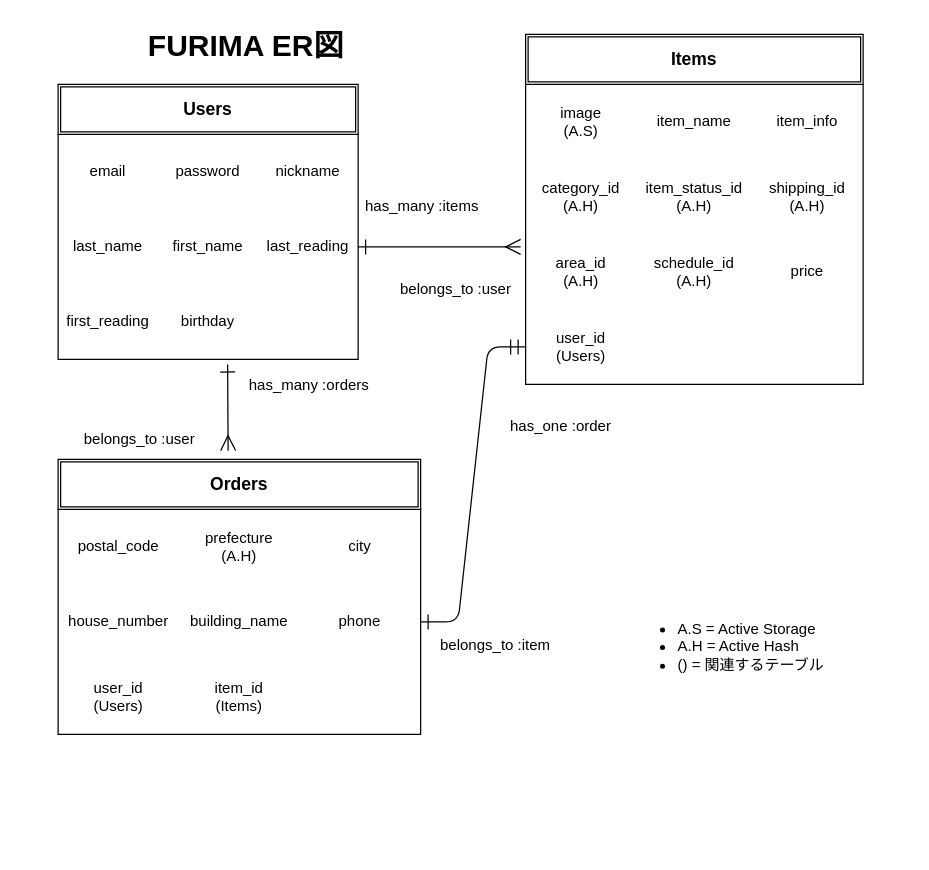
Before: er.dio in 27kan/furima-34276, a draw.io diagram. Source tidied: cells renumbered, new cells numbered last; positions are measured from the earlier drawing's top-left corner, leaving out a move shared by most shapes. Both pictures are drawn from the tidied source at 125%, with x=0, y=0 at pixel (58, 21).
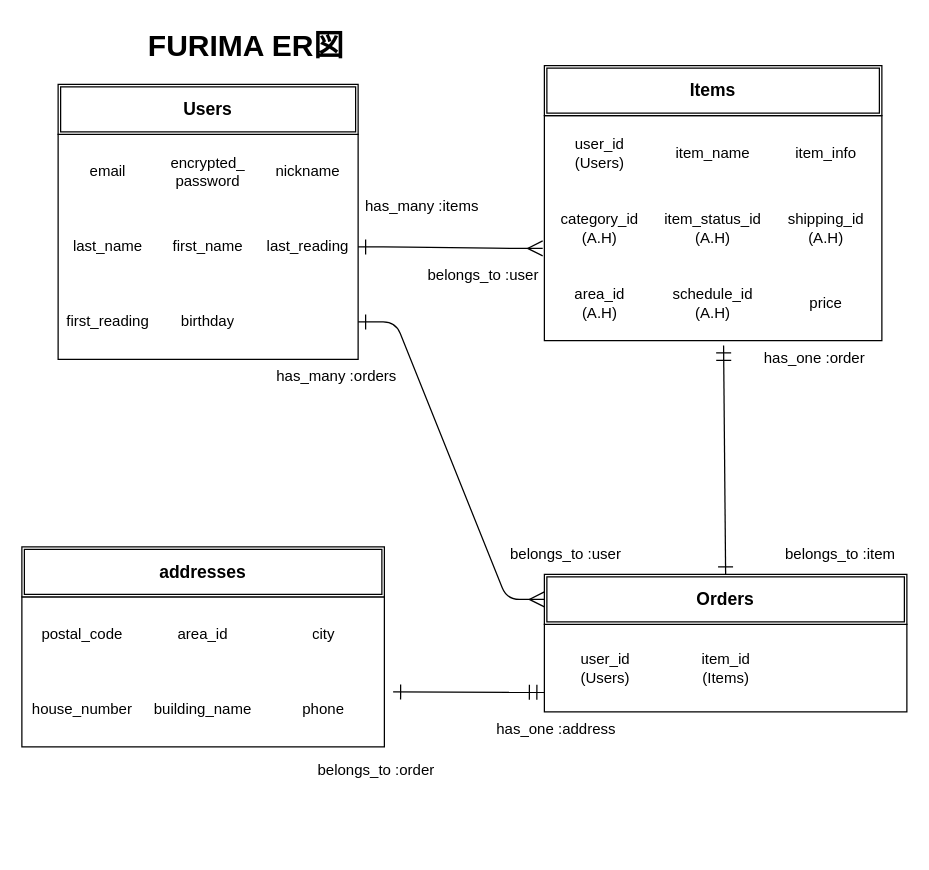
After the change.

The change refers to these unchanged cells:
```xml
<mxCell id="4" style="shape=partialRectangle;html=1;whiteSpace=wrap;fillColor=none;top=0;left=0;bottom=0;right=0;" parent="3" vertex="1">
  <mxGeometry width="240" height="60" as="geometry" />
</mxCell>
<mxCell id="8" style="shape=partialRectangle;html=1;whiteSpace=wrap;fillColor=none;top=0;left=0;bottom=0;right=0;points=[[0,0.5],[1,0.5]];portConstraint=eastwest;" parent="3" vertex="1">
  <mxGeometry y="60" width="240" height="60" as="geometry" />
</mxCell>
<mxCell id="12" style="shape=partialRectangle;html=1;whiteSpace=wrap;fillColor=none;top=0;left=0;bottom=0;right=0;points=[[0,0.5],[1,0.5]];portConstraint=eastwest;" parent="3" vertex="1">
  <mxGeometry y="120" width="240" height="60" as="geometry" />
</mxCell>
<mxCell id="21" style="shape=partialRectangle;html=1;whiteSpace=wrap;fillColor=none;top=0;left=0;bottom=0;right=0;" parent="20" vertex="1">
  <mxGeometry width="270" height="60" as="geometry" />
</mxCell>
<mxCell id="25" style="shape=partialRectangle;html=1;whiteSpace=wrap;fillColor=none;top=0;left=0;bottom=0;right=0;points=[[0,0.5],[1,0.5]];portConstraint=eastwest;" parent="20" vertex="1">
  <mxGeometry y="60" width="270" height="60" as="geometry" />
</mxCell>
<mxCell id="29" style="shape=partialRectangle;html=1;whiteSpace=wrap;fillColor=none;top=0;left=0;bottom=0;right=0;points=[[0,0.5],[1,0.5]];portConstraint=eastwest;" parent="20" vertex="1">
  <mxGeometry y="120" width="270" height="60" as="geometry" />
</mxCell>
```

Diff of the diagram source:
```diff
@@
     <mxCell id="2" style="group;" parent="1" vertex="1">
-      <mxGeometry y="50" width="380" height="220" as="geometry" />
+      <mxGeometry y="50" width="380" height="250" as="geometry" />
     </mxCell>
@@
-    <mxCell id="6" value="password" style="shape=partialRectangle;html=1;whiteSpace=wrap;fillColor=none;top=0;left=0;bottom=0;right=0;overflow=hidden;" parent="4" vertex="1">
+    <mxCell id="6" value="encrypted_&lt;br&gt;password" style="shape=partialRectangle;html=1;whiteSpace=wrap;fillColor=none;top=0;left=0;bottom=0;right=0;overflow=hidden;" parent="4" vertex="1">
       <mxGeometry x="80" width="80" height="60" as="geometry" />
     </mxCell>
@@
     <mxCell id="18" value="belongs_to :user" style="text;strokeColor=none;fillColor=none;spacingLeft=4;spacingRight=4;overflow=hidden;fontSize=12;fontStyle=0;" parent="2" vertex="1">
-      <mxGeometry x="268" y="150" width="112" height="30" as="geometry" />
+      <mxGeometry x="290" y="139" width="112" height="30" as="geometry" />
     </mxCell>
+    <mxCell id="61" value="has_many :orders" style="text;strokeColor=none;fillColor=none;spacingLeft=4;spacingRight=4;overflow=hidden;fontSize=12;" parent="2" vertex="1">
+      <mxGeometry x="169" y="220" width="112" height="30" as="geometry" />
+    </mxCell>
     <mxCell id="19" style="group;" parent="1" vertex="1">
-      <mxGeometry x="374" y="10" width="270" height="220" as="geometry" />
+      <mxGeometry x="389" y="35" width="270" height="220" as="geometry" />
     </mxCell>
     <mxCell id="20" style="shape=table;html=1;whiteSpace=wrap;startSize=0;childLayout=tableLayout;columnLines=0;rowLines=0;" parent="19" vertex="1">
-      <mxGeometry y="40" width="270" height="240" as="geometry" />
+      <mxGeometry y="40" width="270" height="180" as="geometry" />
     </mxCell>
@@
-    <mxCell id="22" value="image&lt;br&gt;(A.S)" style="shape=partialRectangle;html=1;whiteSpace=wrap;fillColor=none;top=0;left=0;bottom=0;right=0;overflow=hidden;" parent="21" vertex="1">
+    <mxCell id="22" value="user_id&lt;br&gt;(Users)" style="shape=partialRectangle;html=1;whiteSpace=wrap;fillColor=none;top=0;left=0;bottom=0;right=0;overflow=hidden;" parent="21" vertex="1">
       <mxGeometry width="89" height="60" as="geometry" />
     </mxCell>
@@
-    <mxCell id="33" style="shape=partialRectangle;html=1;whiteSpace=wrap;fillColor=none;top=0;left=0;bottom=0;right=0;points=[[0,0.5],[1,0.5]];portConstraint=eastwest;" parent="20" vertex="1">
-      <mxGeometry y="180" width="270" height="60" as="geometry" />
-    </mxCell>
-    <mxCell id="34" value="user_id&lt;br&gt;(Users)" style="shape=partialRectangle;html=1;whiteSpace=wrap;fillColor=none;top=0;left=0;bottom=0;right=0;overflow=hidden;" parent="33" vertex="1">
-      <mxGeometry width="89" height="60" as="geometry" />
-    </mxCell>
-    <mxCell id="35" style="shape=partialRectangle;html=1;whiteSpace=wrap;fillColor=none;top=0;left=0;bottom=0;right=0;overflow=hidden;" parent="33" vertex="1">
-      <mxGeometry x="89" width="92" height="60" as="geometry" />
-    </mxCell>
-    <mxCell id="36" style="shape=partialRectangle;html=1;whiteSpace=wrap;fillColor=none;top=0;left=0;bottom=0;right=0;overflow=hidden;" parent="33" vertex="1">
-      <mxGeometry x="181" width="89" height="60" as="geometry" />
-    </mxCell>
@@
     <mxCell id="38" style="group;" parent="1" vertex="1">
-      <mxGeometry y="350" width="290" height="220" as="geometry" />
+      <mxGeometry x="389" y="442" width="290" height="220" as="geometry" />
     </mxCell>
     <mxCell id="39" style="shape=table;html=1;whiteSpace=wrap;startSize=0;childLayout=tableLayout;columnLines=0;rowLines=0;" parent="38" vertex="1">
-      <mxGeometry y="40" width="290" height="180" as="geometry" />
+      <mxGeometry y="40" width="290" height="70" as="geometry" />
     </mxCell>
+    <mxCell id="48" style="shape=partialRectangle;html=1;whiteSpace=wrap;fillColor=none;top=0;left=0;bottom=0;right=0;" parent="39" vertex="1">
+      <mxGeometry width="290" height="70" as="geometry" />
+    </mxCell>
+    <mxCell id="49" value="user_id&lt;br&gt;(Users)" style="shape=partialRectangle;html=1;whiteSpace=wrap;fillColor=none;top=0;left=0;bottom=0;right=0;overflow=hidden;" parent="48" vertex="1">
+      <mxGeometry width="98" height="70" as="geometry" />
+    </mxCell>
+    <mxCell id="50" value="item_id&lt;br&gt;(Items)" style="shape=partialRectangle;html=1;whiteSpace=wrap;fillColor=none;top=0;left=0;bottom=0;right=0;overflow=hidden;" parent="48" vertex="1">
+      <mxGeometry x="98" width="95" height="70" as="geometry" />
+    </mxCell>
+    <mxCell id="51" style="shape=partialRectangle;html=1;whiteSpace=wrap;fillColor=none;top=0;left=0;bottom=0;right=0;overflow=hidden;" parent="48" vertex="1">
+      <mxGeometry x="193" width="97" height="70" as="geometry" />
+    </mxCell>
+    <mxCell id="52" value="Orders" style="shape=ext;double=1;rounded=0;whiteSpace=wrap;html=1;fontStyle=1;fontSize=14;" parent="38" vertex="1">
+      <mxGeometry width="290" height="40" as="geometry" />
+    </mxCell>
+    <mxCell id="62" value="has_one :address" style="text;strokeColor=none;fillColor=none;spacingLeft=4;spacingRight=4;overflow=hidden;fontSize=12;" parent="38" vertex="1">
+      <mxGeometry x="-44" y="110" width="121" height="30" as="geometry" />
+    </mxCell>
+    <mxCell id="53" value="FURIMA ER図" style="text;strokeColor=none;fillColor=none;html=1;fontSize=24;fontStyle=1;verticalAlign=middle;align=center;" parent="1" vertex="1">
+      <mxGeometry x="45" width="210" height="40" as="geometry" />
+    </mxCell>
+    <mxCell id="55" style="edgeStyle=entityRelationEdgeStyle;fontSize=12;html=1;endArrow=ERmany;exitX=1;exitY=0.5;exitDx=0;exitDy=0;startArrow=ERone;startFill=0;endSize=10;startSize=10;endFill=0;entryX=-0.005;entryY=0.77;entryDx=0;entryDy=0;entryPerimeter=0;" parent="1" edge="1" source="8" target="25">
+      <mxGeometry relative="1" as="geometry" />
+    </mxCell>
+    <mxCell id="56" style="endArrow=ERone;html=1;rounded=0;exitX=0.531;exitY=1.064;exitDx=0;exitDy=0;exitPerimeter=0;startArrow=ERmandOne;startFill=0;endSize=10;endFill=0;startSize=10;entryX=0.5;entryY=0;entryDx=0;entryDy=0;" parent="1" edge="1" source="29" target="52">
+      <mxGeometry relative="1" as="geometry" />
+    </mxCell>
+    <mxCell id="58" value="belongs_to :item" style="text;strokeColor=none;fillColor=none;spacingLeft=4;spacingRight=4;overflow=hidden;fontSize=12;" parent="1" vertex="1">
+      <mxGeometry x="576" y="412" width="100" height="30" as="geometry" />
+    </mxCell>
+    <mxCell id="59" value="has_one :order" style="text;strokeColor=none;fillColor=none;spacingLeft=4;spacingRight=4;overflow=hidden;fontSize=12;" parent="1" vertex="1">
+      <mxGeometry x="559" y="255" width="100" height="30" as="geometry" />
+    </mxCell>
+    <mxCell id="60" value="belongs_to :user" style="text;strokeColor=none;fillColor=none;spacingLeft=4;spacingRight=4;overflow=hidden;fontSize=12;fontStyle=0;" parent="1" vertex="1">
+      <mxGeometry x="356" y="412" width="112" height="30" as="geometry" />
+    </mxCell>
+    <mxCell id="63" style="group;" parent="1" vertex="1">
+      <mxGeometry x="-29" y="420" width="343" height="220" as="geometry" />
+    </mxCell>
+    <mxCell id="64" style="shape=table;html=1;whiteSpace=wrap;startSize=0;childLayout=tableLayout;columnLines=0;rowLines=0;" parent="63" vertex="1">
+      <mxGeometry y="40" width="290" height="120" as="geometry" />
+    </mxCell>
-    <mxCell id="40" style="shape=partialRectangle;html=1;whiteSpace=wrap;fillColor=none;top=0;left=0;bottom=0;right=0;" parent="39" vertex="1">
+    <mxCell id="40" style="shape=partialRectangle;html=1;whiteSpace=wrap;fillColor=none;top=0;left=0;bottom=0;right=0;" parent="64" vertex="1">
       <mxGeometry width="290" height="60" as="geometry" />
     </mxCell>
@@
-    <mxCell id="42" value="prefecture&lt;br&gt;(A.H)" style="shape=partialRectangle;html=1;whiteSpace=wrap;fillColor=none;top=0;left=0;bottom=0;right=0;overflow=hidden;" parent="40" vertex="1">
-      <mxGeometry x="97" width="96" height="60" as="geometry" />
-    </mxCell>
+    <mxCell id="65" value="area_id" style="shape=partialRectangle;html=1;whiteSpace=wrap;fillColor=none;top=0;left=0;bottom=0;right=0;overflow=hidden;" parent="40" vertex="1">
+      <mxGeometry x="97" width="96" height="60" as="geometry" />
+    </mxCell>
@@
-    <mxCell id="44" style="shape=partialRectangle;html=1;whiteSpace=wrap;fillColor=none;top=0;left=0;bottom=0;right=0;points=[[0,0.5],[1,0.5]];portConstraint=eastwest;" parent="39" vertex="1">
+    <mxCell id="44" style="shape=partialRectangle;html=1;whiteSpace=wrap;fillColor=none;top=0;left=0;bottom=0;right=0;points=[[0,0.5],[1,0.5]];portConstraint=eastwest;" parent="64" vertex="1">
       <mxGeometry y="60" width="290" height="60" as="geometry" />
     </mxCell>
@@
-    <mxCell id="48" style="shape=partialRectangle;html=1;whiteSpace=wrap;fillColor=none;top=0;left=0;bottom=0;right=0;" parent="39" vertex="1">
-      <mxGeometry y="120" width="290" height="60" as="geometry" />
-    </mxCell>
-    <mxCell id="49" value="user_id&lt;br&gt;(Users)" style="shape=partialRectangle;html=1;whiteSpace=wrap;fillColor=none;top=0;left=0;bottom=0;right=0;overflow=hidden;" parent="48" vertex="1">
-      <mxGeometry width="97" height="60" as="geometry" />
-    </mxCell>
-    <mxCell id="50" value="item_id&lt;br&gt;(Items)" style="shape=partialRectangle;html=1;whiteSpace=wrap;fillColor=none;top=0;left=0;bottom=0;right=0;overflow=hidden;" parent="48" vertex="1">
-      <mxGeometry x="97" width="96" height="60" as="geometry" />
-    </mxCell>
-    <mxCell id="51" style="shape=partialRectangle;html=1;whiteSpace=wrap;fillColor=none;top=0;left=0;bottom=0;right=0;overflow=hidden;" parent="48" vertex="1">
-      <mxGeometry x="193" width="97" height="60" as="geometry" />
-    </mxCell>
-    <mxCell id="52" value="Orders" style="shape=ext;double=1;rounded=0;whiteSpace=wrap;html=1;fontStyle=1;fontSize=14;" parent="38" vertex="1">
-      <mxGeometry width="290" height="40" as="geometry" />
-    </mxCell>
-    <mxCell id="53" value="FURIMA ER図" style="text;strokeColor=none;fillColor=none;html=1;fontSize=24;fontStyle=1;verticalAlign=middle;align=center;" parent="1" vertex="1">
-      <mxGeometry x="45" width="210" height="40" as="geometry" />
-    </mxCell>
-    <mxCell id="54" value="&lt;ul&gt;&lt;li&gt;A.S = Active Storage&lt;/li&gt;&lt;li&gt;A.H = Active Hash&lt;/li&gt;&lt;li&gt;() = 関連するテーブル&lt;/li&gt;&lt;/ul&gt;" style="text;strokeColor=none;fillColor=none;html=1;whiteSpace=wrap;verticalAlign=middle;overflow=hidden;" parent="1" vertex="1">
-      <mxGeometry x="454" y="460" width="190" height="80" as="geometry" />
-    </mxCell>
-    <mxCell id="55" style="edgeStyle=entityRelationEdgeStyle;fontSize=12;html=1;endArrow=ERmany;exitX=1;exitY=0.5;exitDx=0;exitDy=0;startArrow=ERone;startFill=0;endSize=10;startSize=10;endFill=0;" parent="1" edge="1" source="8">
-      <mxGeometry relative="1" as="geometry">
-        <mxPoint x="370" y="180" as="targetPoint" />
-      </mxGeometry>
-    </mxCell>
-    <mxCell id="56" style="endArrow=ERmany;html=1;rounded=0;exitX=0.569;exitY=1.069;exitDx=0;exitDy=0;exitPerimeter=0;startArrow=ERone;startFill=0;endSize=10;endFill=0;startSize=10;" parent="1" edge="1">
-      <mxGeometry relative="1" as="geometry">
-        <mxPoint x="135.6" y="274.1" as="sourcePoint" />
-        <mxPoint x="136" y="343" as="targetPoint" />
-      </mxGeometry>
-    </mxCell>
-    <mxCell id="57" style="edgeStyle=entityRelationEdgeStyle;fontSize=12;html=1;endArrow=ERmandOne;startArrow=ERone;entryX=0;entryY=0.5;entryDx=0;entryDy=0;rounded=1;exitX=1;exitY=0.5;exitDx=0;exitDy=0;startFill=0;endFill=0;endSize=10;startSize=10;" parent="1" edge="1" source="44" target="33">
-      <mxGeometry relative="1" as="geometry" />
-    </mxCell>
-    <mxCell id="58" value="belongs_to :item" style="text;strokeColor=none;fillColor=none;spacingLeft=4;spacingRight=4;overflow=hidden;fontSize=12;" parent="1" vertex="1">
-      <mxGeometry x="300" y="485" width="100" height="30" as="geometry" />
-    </mxCell>
-    <mxCell id="59" value="has_one :order" style="text;strokeColor=none;fillColor=none;spacingLeft=4;spacingRight=4;overflow=hidden;fontSize=12;" parent="1" vertex="1">
-      <mxGeometry x="356" y="310" width="100" height="30" as="geometry" />
-    </mxCell>
-    <mxCell id="60" value="belongs_to :user" style="text;strokeColor=none;fillColor=none;spacingLeft=4;spacingRight=4;overflow=hidden;fontSize=12;fontStyle=0;" parent="1" vertex="1">
-      <mxGeometry x="15" y="320" width="112" height="30" as="geometry" />
-    </mxCell>
-    <mxCell id="61" value="has_many :orders" style="text;strokeColor=none;fillColor=none;spacingLeft=4;spacingRight=4;overflow=hidden;fontSize=12;" parent="1" vertex="1">
-      <mxGeometry x="147" y="277" width="112" height="30" as="geometry" />
-    </mxCell>
+    <mxCell id="66" value="addresses" style="shape=ext;double=1;rounded=0;whiteSpace=wrap;html=1;fontStyle=1;fontSize=14;" parent="63" vertex="1">
+      <mxGeometry width="290" height="40" as="geometry" />
+    </mxCell>
+    <mxCell id="67" value="belongs_to :order" style="text;strokeColor=none;fillColor=none;spacingLeft=4;spacingRight=4;overflow=hidden;fontSize=12;fontStyle=0;" parent="63" vertex="1">
+      <mxGeometry x="231" y="165" width="112" height="30" as="geometry" />
+    </mxCell>
+    <mxCell id="68" style="endArrow=ERmandOne;html=1;rounded=0;startArrow=ERone;startFill=0;endFill=0;endSize=10;startSize=10;" parent="1" edge="1">
+      <mxGeometry relative="1" as="geometry">
+        <mxPoint x="268" y="536" as="sourcePoint" />
+        <mxPoint x="389" y="536.4" as="targetPoint" />
+      </mxGeometry>
+    </mxCell>
+    <mxCell id="69" style="edgeStyle=entityRelationEdgeStyle;fontSize=12;html=1;endArrow=ERmany;endFill=0;entryX=0;entryY=0.5;entryDx=0;entryDy=0;startArrow=ERone;startFill=0;endSize=10;startSize=10;exitX=1;exitY=0.5;exitDx=0;exitDy=0;" parent="1" edge="1" source="12" target="52">
+      <mxGeometry relative="1" as="geometry" />
+    </mxCell>
```
